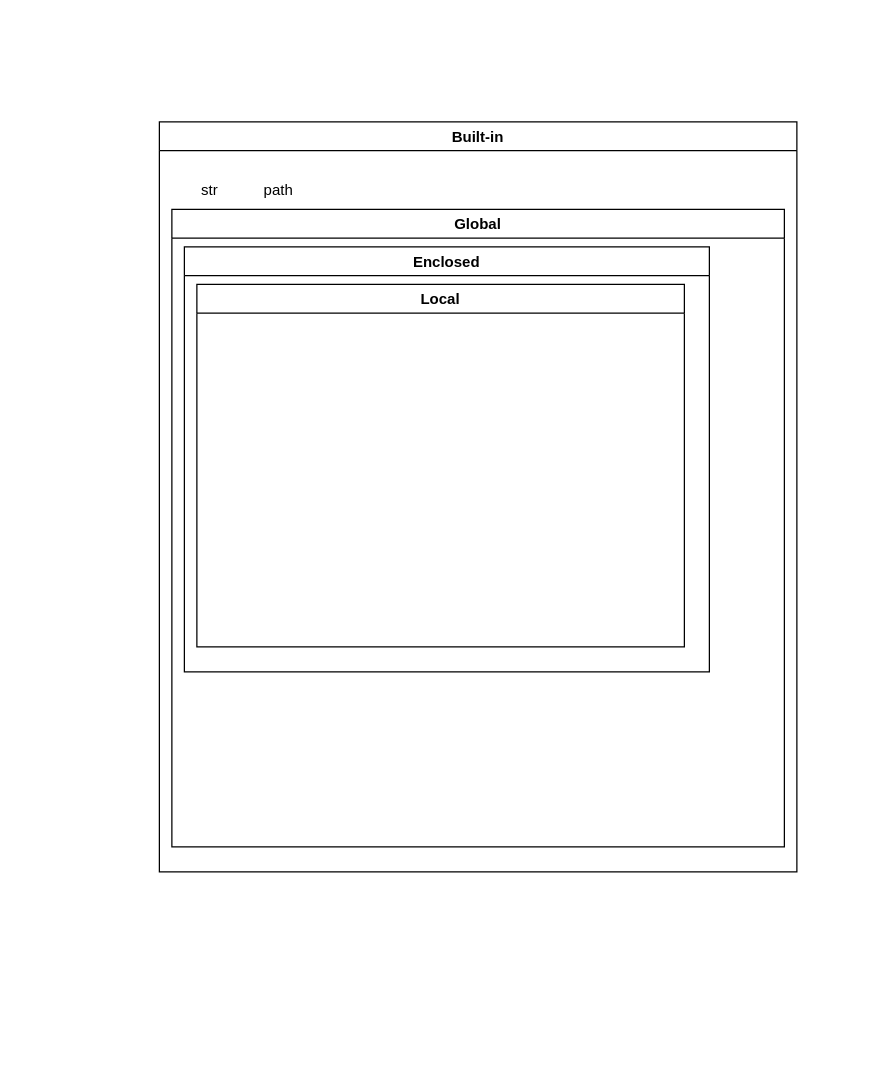
Before: пространства времен python.drawio in DavidkaBenAvraham/full-stack-develeper-cource, a draw.io diagram. Source tidied: cells renumbered, new cells numbered last; positions are measured from the earlier drawing's top-left corner, leaving out a move shared by most shapes. Both pictures are drawn from the tidied source at 125%, with x=0, y=0 at pixel (159, 121).
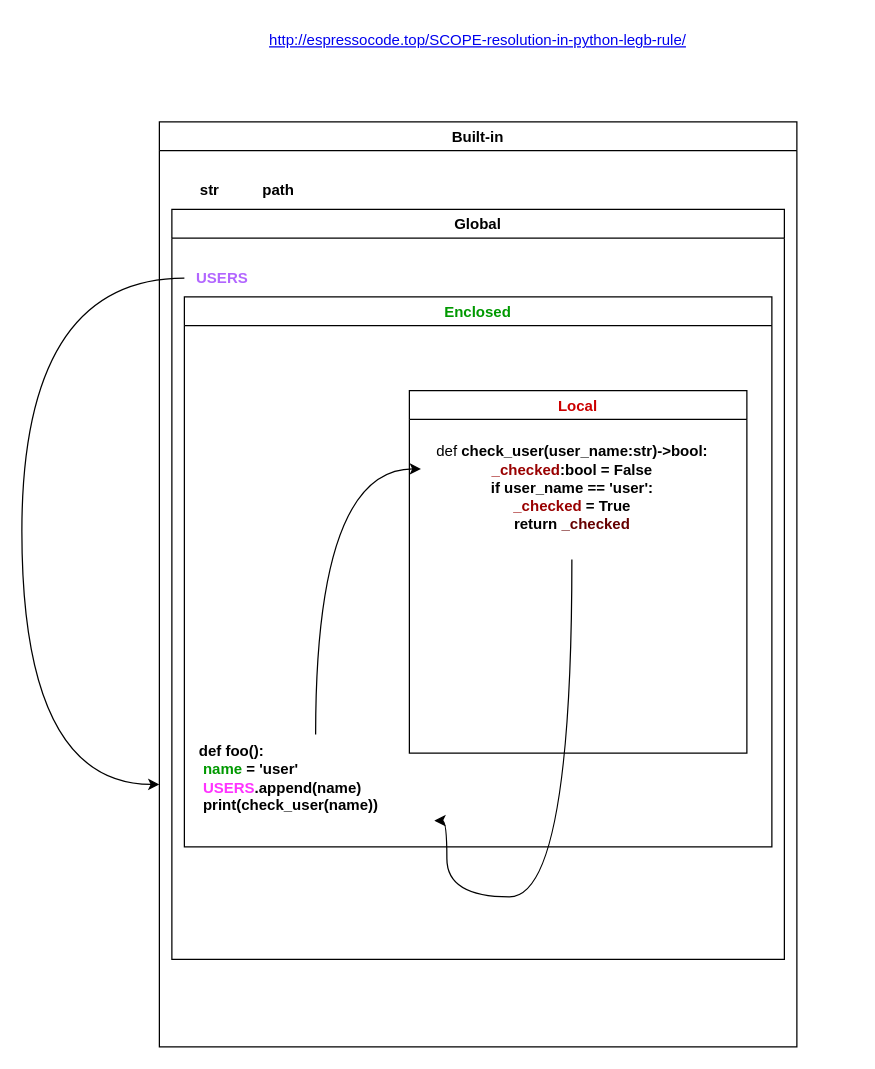
Above is the later version.

What changed in the source:
```diff
@@
 <mxGraphModel>
   <root>
     <mxCell id="0" />
     <mxCell id="1" parent="0" />
     <mxCell id="2" value="Built-in" style="swimlane;" parent="1" vertex="1">
-      <mxGeometry width="510" height="600" as="geometry" />
+      <mxGeometry width="510" height="740" as="geometry" />
     </mxCell>
     <mxCell id="3" value="Global" style="swimlane;" parent="2" vertex="1">
-      <mxGeometry x="10" y="70" width="490" height="510" as="geometry" />
+      <mxGeometry x="10" y="70" width="490" height="600" as="geometry" />
     </mxCell>
-    <mxCell id="4" value="Enclosed" style="swimlane;" parent="3" vertex="1">
-      <mxGeometry x="10" y="30" width="420" height="340" as="geometry" />
+    <mxCell id="4" value="Enclosed" style="swimlane;fontColor=#009900;" parent="3" vertex="1">
+      <mxGeometry x="10" y="70" width="470" height="440" as="geometry" />
     </mxCell>
-    <mxCell id="5" value="Local" style="swimlane;" parent="4" vertex="1">
-      <mxGeometry x="10" y="30" width="390" height="290" as="geometry" />
+    <mxCell id="5" value="Local" style="swimlane;fontColor=#CC0000;" parent="4" vertex="1">
+      <mxGeometry x="180" y="75" width="270" height="290" as="geometry" />
     </mxCell>
+    <mxCell id="8" value="def &lt;b&gt;check_user(user_name:str)-&amp;gt;bool:&lt;br&gt;&lt;font color=&quot;#990000&quot;&gt;_checked&lt;/font&gt;:bool = False&lt;br&gt;if user_name == 'user':&lt;br&gt;&lt;/b&gt;&lt;b&gt;&lt;font color=&quot;#990000&quot;&gt;_checked&lt;/font&gt; = True&lt;br&gt;&lt;/b&gt;&lt;b&gt;return &lt;font color=&quot;#660000&quot;&gt;_checked&lt;/font&gt;&lt;br&gt;&lt;br&gt;&lt;/b&gt;" style="text;html=1;align=center;verticalAlign=middle;points=[];strokeColor=none;fillColor=none;" parent="5" vertex="1">
+      <mxGeometry x="10" y="35" width="240" height="100" as="geometry" />
+    </mxCell>
+    <mxCell id="9" style="edgeStyle=orthogonalEdgeStyle;rounded=0;jettySize=auto;html=1;entryX=-0.003;entryY=0.276;entryDx=0;entryDy=0;entryPerimeter=0;curved=1;" parent="4" edge="1" source="10" target="8">
+      <mxGeometry relative="1" as="geometry" />
+    </mxCell>
+    <mxCell id="10" value="&lt;b&gt;def foo():&lt;br&gt;&lt;span style=&quot;&quot;&gt; &lt;/span&gt;&lt;span style=&quot;white-space: pre;&quot;&gt; &lt;/span&gt;&lt;font color=&quot;#009900&quot;&gt;name&lt;/font&gt; = 'user'&lt;br&gt;&lt;/b&gt;&lt;b style=&quot;text-align: center;&quot;&gt;&lt;span style=&quot;white-space: pre;&quot;&gt; &lt;/span&gt;&lt;font color=&quot;#ff33ff&quot;&gt;USERS&lt;/font&gt;.append(name)&lt;br&gt;&lt;span style=&quot;white-space: pre;&quot;&gt; &lt;/span&gt;print(check_user(name))&lt;br&gt;&lt;/b&gt;" style="text;html=1;align=left;verticalAlign=middle;points=[];strokeColor=none;fillColor=none;" parent="4" vertex="1">
+      <mxGeometry x="10" y="350" width="190" height="70" as="geometry" />
+    </mxCell>
+    <mxCell id="11" style="edgeStyle=orthogonalEdgeStyle;curved=1;rounded=0;jettySize=auto;html=1;" parent="4" edge="1" source="8" target="10">
+      <mxGeometry relative="1" as="geometry">
+        <Array as="points">
+          <mxPoint x="310" y="480" />
+          <mxPoint x="210" y="480" />
+          <mxPoint x="210" y="419" />
+        </Array>
+      </mxGeometry>
+    </mxCell>
+    <mxCell id="12" value="&lt;b&gt;&lt;font color=&quot;#b266ff&quot;&gt;USERS&lt;/font&gt;&lt;/b&gt;" style="text;html=1;align=center;verticalAlign=middle;points=[];strokeColor=none;fillColor=none;" parent="3" vertex="1">
+      <mxGeometry x="10" y="40" width="60" height="30" as="geometry" />
+    </mxCell>
-    <mxCell id="6" value="path" style="text;html=1;align=center;verticalAlign=middle;strokeColor=none;fillColor=none;" parent="2" vertex="1">
+    <mxCell id="6" value="path" style="text;html=1;align=center;verticalAlign=middle;strokeColor=none;fillColor=none;fontStyle=1;" parent="2" vertex="1">
       <mxGeometry x="70" y="40" width="50" height="30" as="geometry" />
     </mxCell>
-    <mxCell id="7" value="str" style="text;html=1;align=center;verticalAlign=middle;strokeColor=none;fillColor=none;" parent="2" vertex="1">
+    <mxCell id="7" value="str" style="text;html=1;align=center;verticalAlign=middle;strokeColor=none;fillColor=none;fontStyle=1;" parent="2" vertex="1">
       <mxGeometry x="20" y="40" width="40" height="30" as="geometry" />
     </mxCell>
+    <mxCell id="13" style="edgeStyle=orthogonalEdgeStyle;rounded=0;jettySize=auto;html=1;curved=1;" parent="1" edge="1" source="12">
+      <mxGeometry relative="1" as="geometry">
+        <mxPoint y="530" as="targetPoint" />
+        <Array as="points">
+          <mxPoint x="-110" y="125" />
+          <mxPoint x="-110" y="530" />
+        </Array>
+      </mxGeometry>
+    </mxCell>
+    <mxCell id="14" value="&lt;a href=&quot;http://espressocode.top/SCOPE-resolution-in-python-legb-rule/&quot;&gt;http://espressocode.top/SCOPE-resolution-in-python-legb-rule/&lt;/a&gt;" style="text;html=1;strokeColor=none;fillColor=none;align=center;verticalAlign=middle;whiteSpace=wrap;rounded=0;fontColor=#FF33FF;" parent="1" vertex="1">
+      <mxGeometry x="-45" y="-80" width="600" height="30" as="geometry" />
+    </mxCell>
   </root>
 </mxGraphModel>
```
